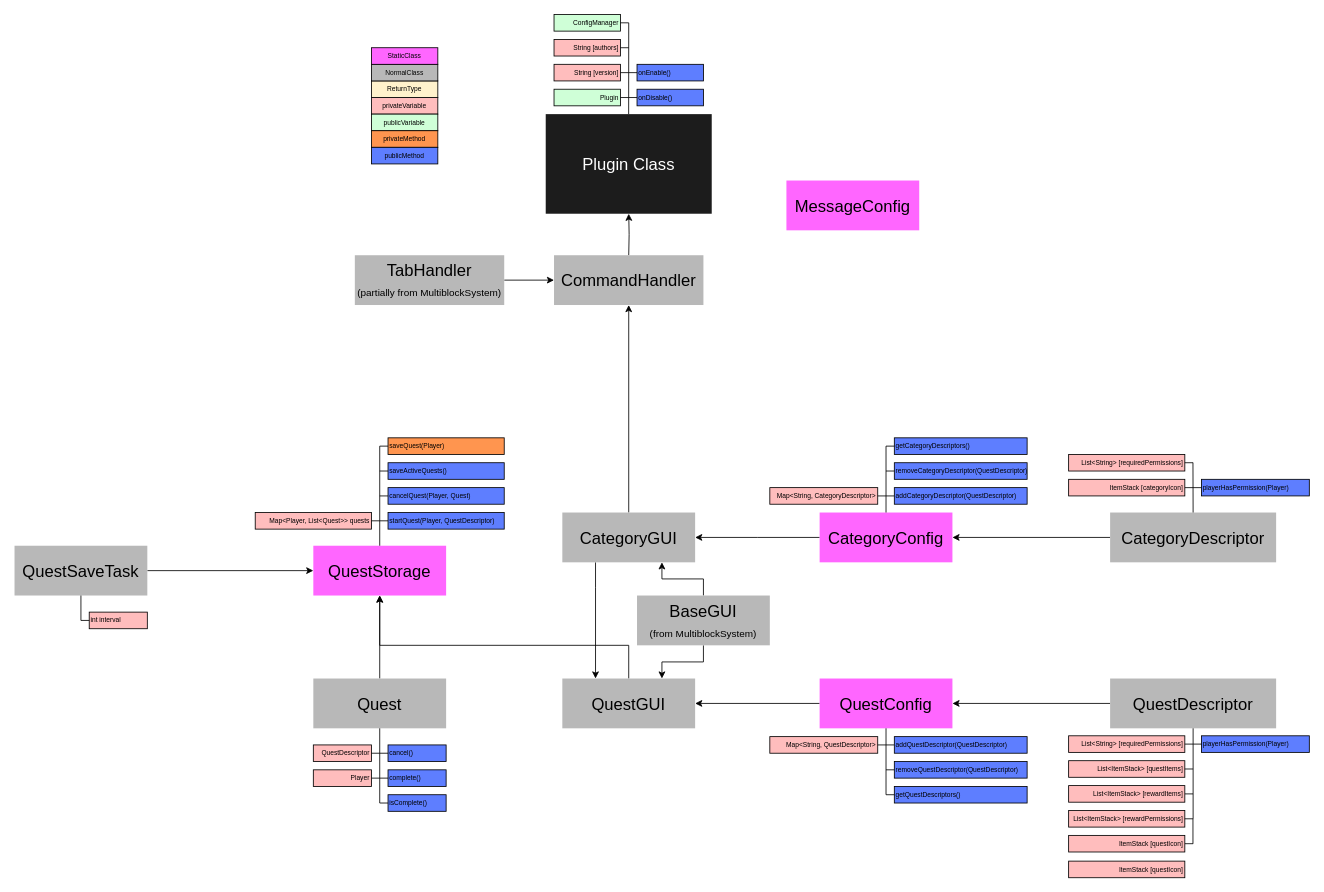
This is doc/design.drawio from LordIdra/mmq, a draw.io file, before an edit. Source tidied: cells renumbered, new cells numbered last; positions are measured from the earlier drawing's top-left corner, leaving out a move shared by most shapes. Both pictures are drawn from the tidied source at 83%, with x=0, y=0 at pixel (14, 14).
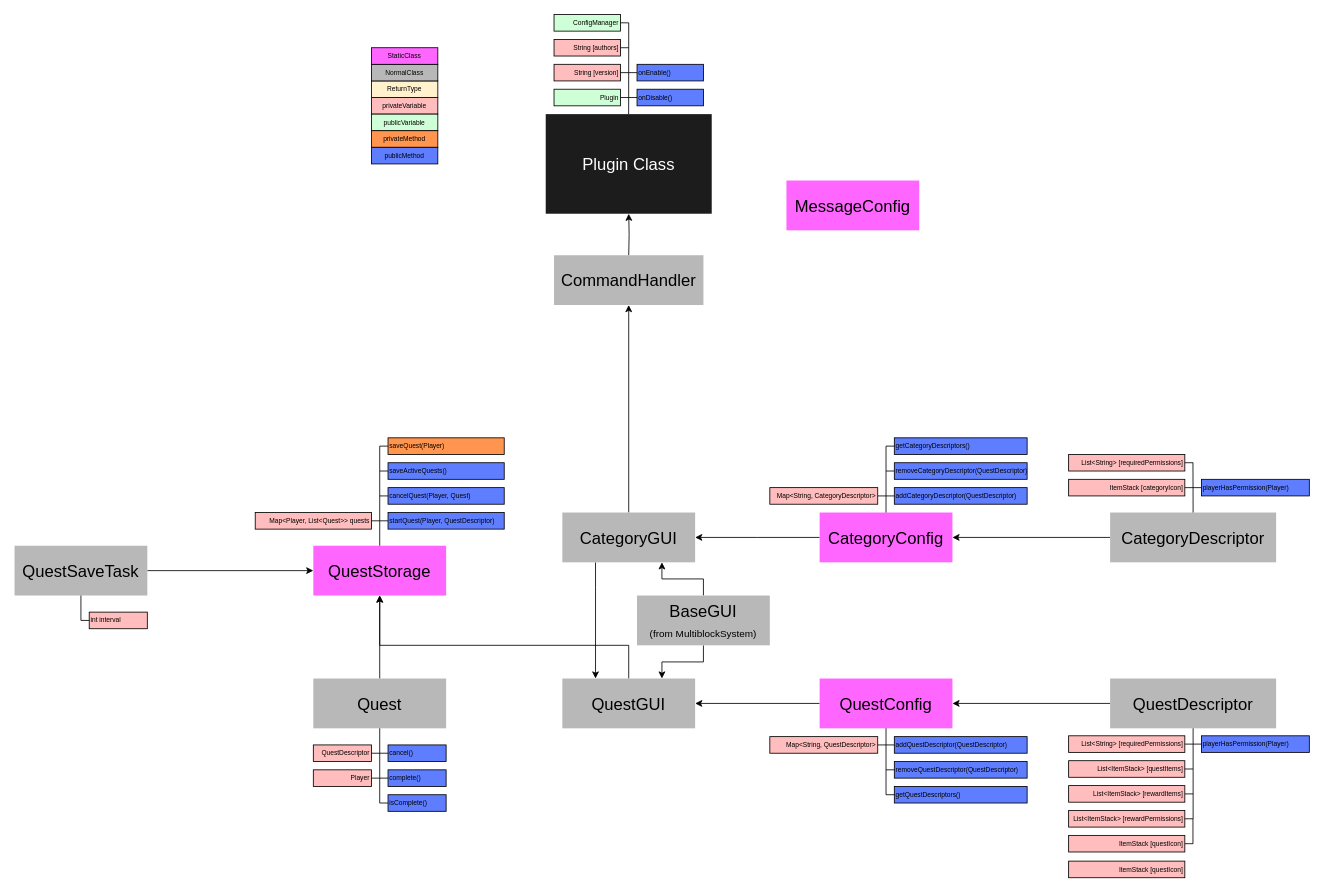
Above is the later version.

The change refers to these unchanged cells:
```xml
<mxCell id="108" value="CommandHandler" style="rounded=0;whiteSpace=wrap;html=1;fillColor=#B8B8B8;strokeColor=none;fontSize=20;" parent="1" vertex="1">
  <mxGeometry x="650" y="290" width="180" height="60" as="geometry" />
</mxCell>
```

The edit, as a diff of the source:
```diff
@@
-    <mxCell id="109" style="edgeStyle=orthogonalEdgeStyle;rounded=0;jettySize=auto;html=1;" parent="1" edge="1" source="110" target="108">
-      <mxGeometry relative="1" as="geometry" />
-    </mxCell>
-    <mxCell id="110" value="TabHandler&lt;br&gt;&lt;font style=&quot;font-size: 12px&quot;&gt;(partially from MultiblockSystem)&lt;/font&gt;" style="rounded=0;whiteSpace=wrap;html=1;fillColor=#B8B8B8;strokeColor=none;fontSize=20;" parent="1" vertex="1">
-      <mxGeometry x="410" y="290" width="180" height="60" as="geometry" />
-    </mxCell>
```
